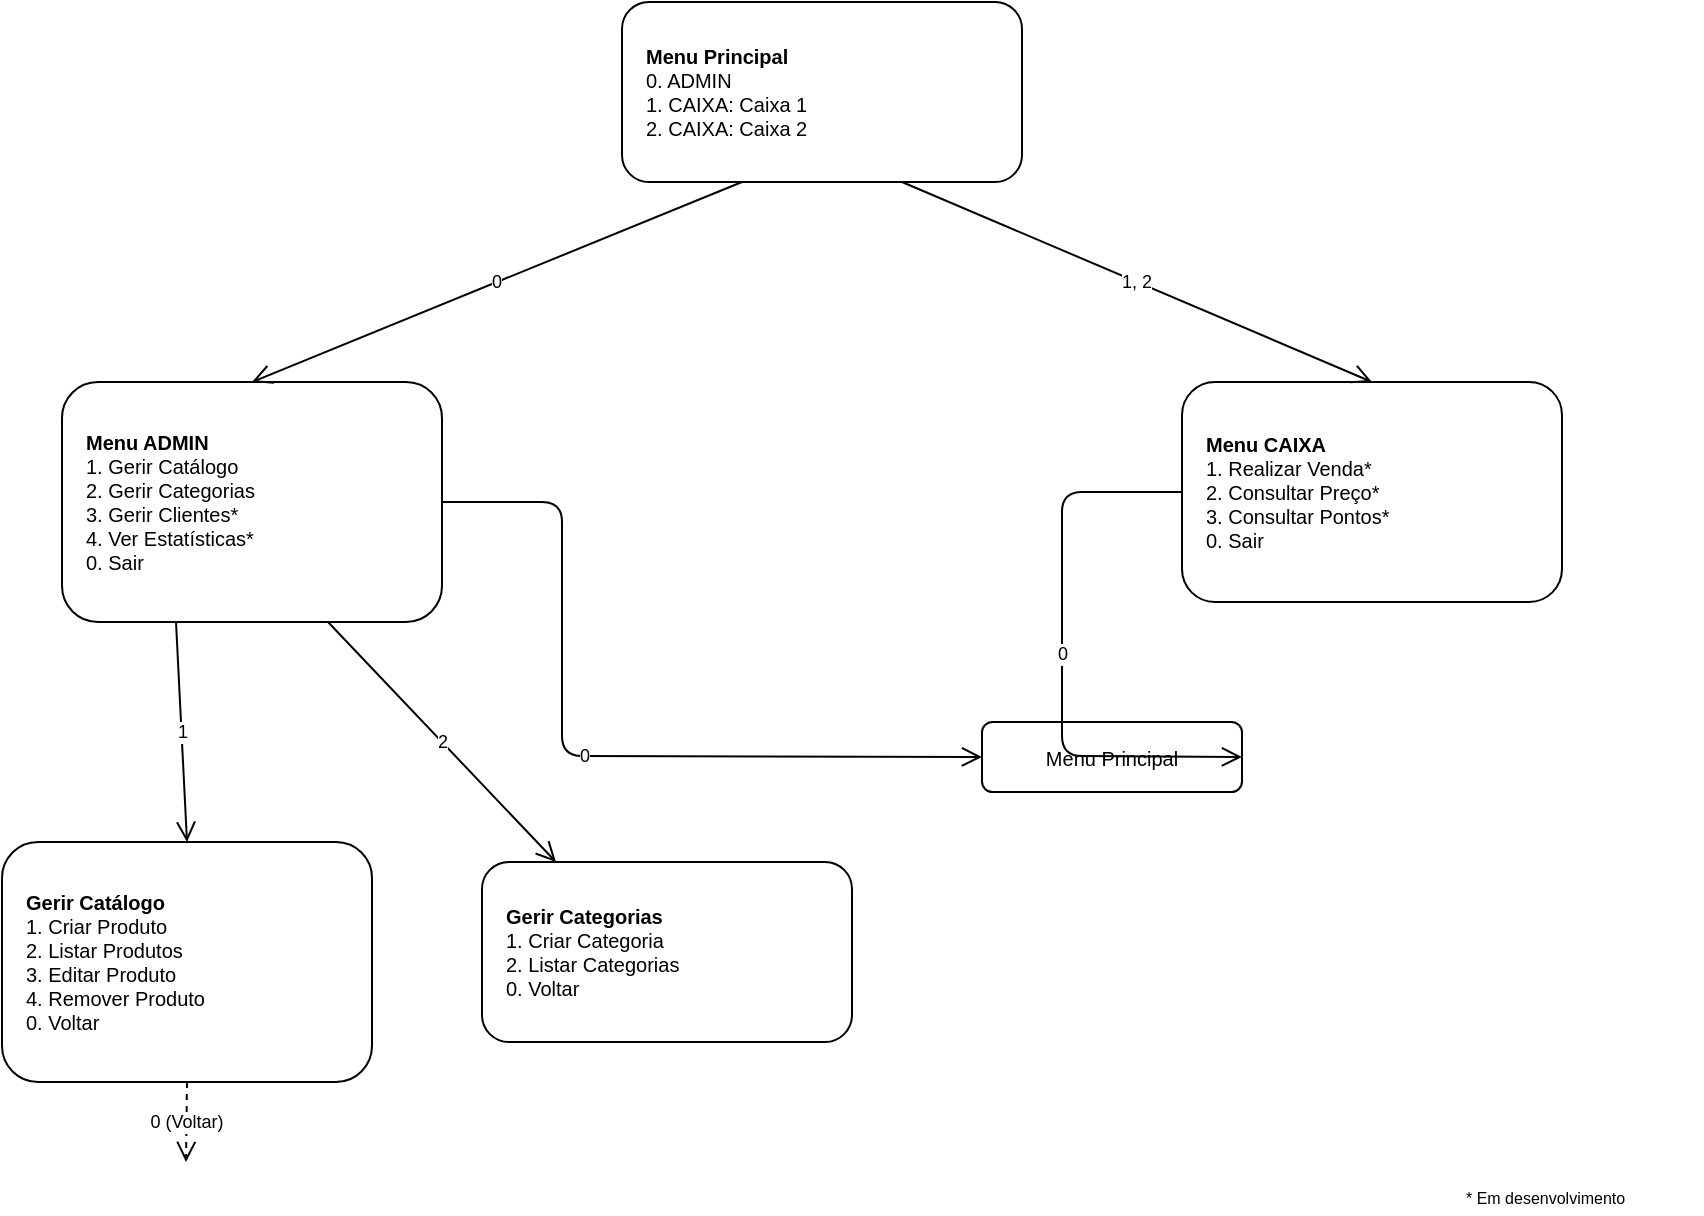
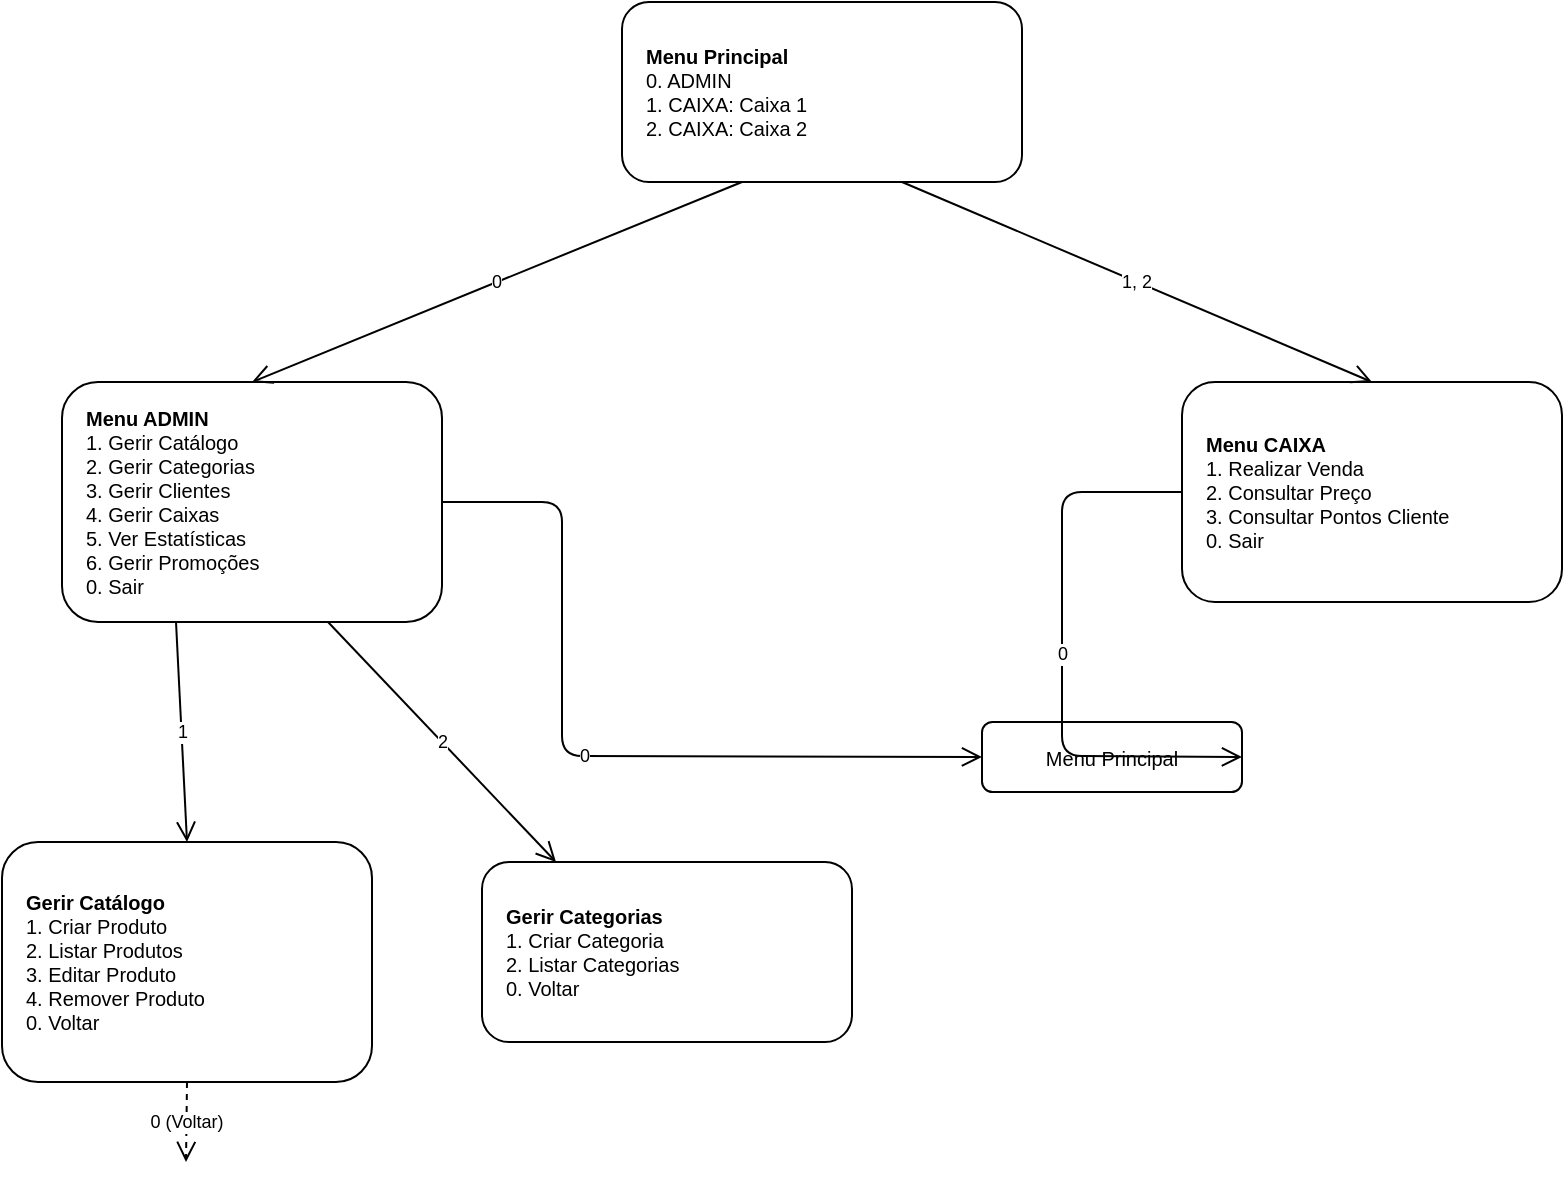
<mxfile host="app.diagrams.net">
  <diagram name="UI-Navigation" id="ui_navigation">
    <mxGraphModel dx="1000" dy="900" grid="1" gridSize="10" guides="1" tooltips="1" connect="1" arrows="1" fold="1" page="1" pageScale="1" pageWidth="900" pageHeight="700" math="0" shadow="0">
      <root>
        <mxCell id="0" />
        <mxCell id="1" parent="0" />

        <!-- Menu Principal (top center) -->
        <mxCell id="menu_principal" parent="1"
          style="rounded=1;whiteSpace=wrap;html=1;fontStyle=0;fontSize=10;fillColor=#ffffff;strokeColor=#000000;align=left;spacingLeft=10;spacingTop=6;spacingBottom=6;"
          value="&lt;b&gt;Menu Principal&lt;/b&gt;&lt;br&gt;0. ADMIN&lt;br&gt;1. CAIXA: Caixa 1&lt;br&gt;2. CAIXA: Caixa 2"
          vertex="1">
          <mxGeometry height="90" width="200" x="340" y="30" as="geometry" />
        </mxCell>

        <!-- Menu Admin (left) -->
        <mxCell id="menu_admin" parent="1"
          style="rounded=1;whiteSpace=wrap;html=1;fontStyle=0;fontSize=10;fillColor=#ffffff;strokeColor=#000000;align=left;spacingLeft=10;spacingTop=6;spacingBottom=6;"
-           value="&lt;b&gt;Menu ADMIN&lt;/b&gt;&lt;br&gt;1. Gerir Catálogo&lt;br&gt;2. Gerir Categorias&lt;br&gt;3. Gerir Clientes*&lt;br&gt;4. Ver Estatísticas*&lt;br&gt;0. Sair"
+           value="&lt;b&gt;Menu ADMIN&lt;/b&gt;&lt;br&gt;1. Gerir Catálogo&lt;br&gt;2. Gerir Categorias&lt;br&gt;3. Gerir Clientes&lt;br&gt;4. Gerir Caixas&lt;br&gt;5. Ver Estatísticas&lt;br&gt;6. Gerir Promoções&lt;br&gt;0. Sair"
          vertex="1">
          <mxGeometry height="120" width="190" x="60" y="220" as="geometry" />
        </mxCell>

        <!-- Menu Caixa (right) -->
        <mxCell id="menu_caixa" parent="1"
          style="rounded=1;whiteSpace=wrap;html=1;fontStyle=0;fontSize=10;fillColor=#ffffff;strokeColor=#000000;align=left;spacingLeft=10;spacingTop=6;spacingBottom=6;"
-           value="&lt;b&gt;Menu CAIXA&lt;/b&gt;&lt;br&gt;1. Realizar Venda*&lt;br&gt;2. Consultar Preço*&lt;br&gt;3. Consultar Pontos*&lt;br&gt;0. Sair"
+           value="&lt;b&gt;Menu CAIXA&lt;/b&gt;&lt;br&gt;1. Realizar Venda&lt;br&gt;2. Consultar Preço&lt;br&gt;3. Consultar Pontos Cliente&lt;br&gt;0. Sair"
          vertex="1">
          <mxGeometry height="110" width="190" x="620" y="220" as="geometry" />
        </mxCell>

        <!-- Gerir Catálogo (bottom-left) -->
        <mxCell id="menu_catalogo" parent="1"
          style="rounded=1;whiteSpace=wrap;html=1;fontStyle=0;fontSize=10;fillColor=#ffffff;strokeColor=#000000;align=left;spacingLeft=10;spacingTop=6;spacingBottom=6;"
          value="&lt;b&gt;Gerir Catálogo&lt;/b&gt;&lt;br&gt;1. Criar Produto&lt;br&gt;2. Listar Produtos&lt;br&gt;3. Editar Produto&lt;br&gt;4. Remover Produto&lt;br&gt;0. Voltar"
          vertex="1">
          <mxGeometry height="120" width="185" x="30" y="450" as="geometry" />
        </mxCell>

        <!-- Gerir Categorias (bottom-center-left) -->
        <mxCell id="menu_categorias" parent="1"
          style="rounded=1;whiteSpace=wrap;html=1;fontStyle=0;fontSize=10;fillColor=#ffffff;strokeColor=#000000;align=left;spacingLeft=10;spacingTop=6;spacingBottom=6;"
          value="&lt;b&gt;Gerir Categorias&lt;/b&gt;&lt;br&gt;1. Criar Categoria&lt;br&gt;2. Listar Categorias&lt;br&gt;0. Voltar"
          vertex="1">
          <mxGeometry height="90" width="185" x="270" y="460" as="geometry" />
        </mxCell>

        <!-- Menu Principal reference node (Sair target) -->
        <mxCell id="menu_principal_ref" parent="1"
          style="rounded=1;whiteSpace=wrap;html=1;fontSize=10;fillColor=#ffffff;strokeColor=#000000;align=center;"
          value="Menu Principal"
          vertex="1">
          <mxGeometry height="35" width="130" x="520" y="390" as="geometry" />
        </mxCell>

-         <!-- Note -->
-         <mxCell id="note" parent="1"
-           style="rounded=0;whiteSpace=wrap;html=1;fontSize=8;fillColor=none;strokeColor=none;align=left;"
-           value="* Em desenvolvimento"
-           vertex="1">
-           <mxGeometry height="16" width="120" x="760" y="620" as="geometry" />
-         </mxCell>
+         <!-- Note removed -->

        <!-- ARROWS -->

        <!-- Menu Principal -> Menu Admin [0] -->
        <mxCell id="arr_pa" parent="1"
          style="endArrow=open;html=1;fontSize=9;endSize=8;exitX=0.3;exitY=1;exitDx=0;exitDy=0;entryX=0.5;entryY=0;entryDx=0;entryDy=0;"
          value="0" edge="1" source="menu_principal" target="menu_admin">
          <mxGeometry relative="1" as="geometry" />
        </mxCell>

        <!-- Menu Principal -> Menu Caixa [1, 2] -->
        <mxCell id="arr_pc" parent="1"
          style="endArrow=open;html=1;fontSize=9;endSize=8;exitX=0.7;exitY=1;exitDx=0;exitDy=0;entryX=0.5;entryY=0;entryDx=0;entryDy=0;"
          value="1, 2" edge="1" source="menu_principal" target="menu_caixa">
          <mxGeometry relative="1" as="geometry" />
        </mxCell>

        <!-- Menu Admin -> Gerir Catálogo [1] -->
        <mxCell id="arr_acat" parent="1"
          style="endArrow=open;html=1;fontSize=9;endSize=8;exitX=0.3;exitY=1;exitDx=0;exitDy=0;entryX=0.5;entryY=0;entryDx=0;entryDy=0;"
          value="1" edge="1" source="menu_admin" target="menu_catalogo">
          <mxGeometry relative="1" as="geometry" />
        </mxCell>

        <!-- Menu Admin -> Gerir Categorias [2] -->
        <mxCell id="arr_acat2" parent="1"
          style="endArrow=open;html=1;fontSize=9;endSize=8;exitX=0.7;exitY=1;exitDx=0;exitDy=0;entryX=0.2;entryY=0;entryDx=0;entryDy=0;"
          value="2" edge="1" source="menu_admin" target="menu_categorias">
          <mxGeometry relative="1" as="geometry" />
        </mxCell>

        <!-- Menu Admin -> Sair (Menu Principal ref) [0] -->
        <mxCell id="arr_adm_sair" parent="1"
          style="endArrow=open;html=1;fontSize=9;endSize=8;exitX=1;exitY=0.5;exitDx=0;exitDy=0;entryX=0;entryY=0.5;entryDx=0;entryDy=0;"
          value="0" edge="1" source="menu_admin" target="menu_principal_ref">
          <mxGeometry relative="1" as="geometry">
            <Array as="points">
              <mxPoint x="310" y="280" />
              <mxPoint x="310" y="407" />
            </Array>
          </mxGeometry>
        </mxCell>

        <!-- Menu Caixa -> Sair (Menu Principal ref) [0] -->
        <mxCell id="arr_cx_sair" parent="1"
          style="endArrow=open;html=1;fontSize=9;endSize=8;exitX=0;exitY=0.5;exitDx=0;exitDy=0;entryX=1;entryY=0.5;entryDx=0;entryDy=0;"
          value="0" edge="1" source="menu_caixa" target="menu_principal_ref">
          <mxGeometry relative="1" as="geometry">
            <Array as="points">
              <mxPoint x="560" y="275" />
              <mxPoint x="560" y="407" />
            </Array>
          </mxGeometry>
        </mxCell>

        <!-- Gerir Catálogo / Gerir Categorias -> Voltar (back to Admin) -->
        <mxCell id="arr_cat_voltar" parent="1"
          style="endArrow=open;html=1;fontSize=9;endSize=8;dashed=1;exitX=0.5;exitY=1;exitDx=0;exitDy=0;"
          value="0 (Voltar)" edge="1" source="menu_catalogo">
          <mxGeometry relative="1" as="geometry">
            <mxPoint x="122" y="610" as="targetPoint" />
          </mxGeometry>
        </mxCell>

      </root>
    </mxGraphModel>
  </diagram>
</mxfile>
